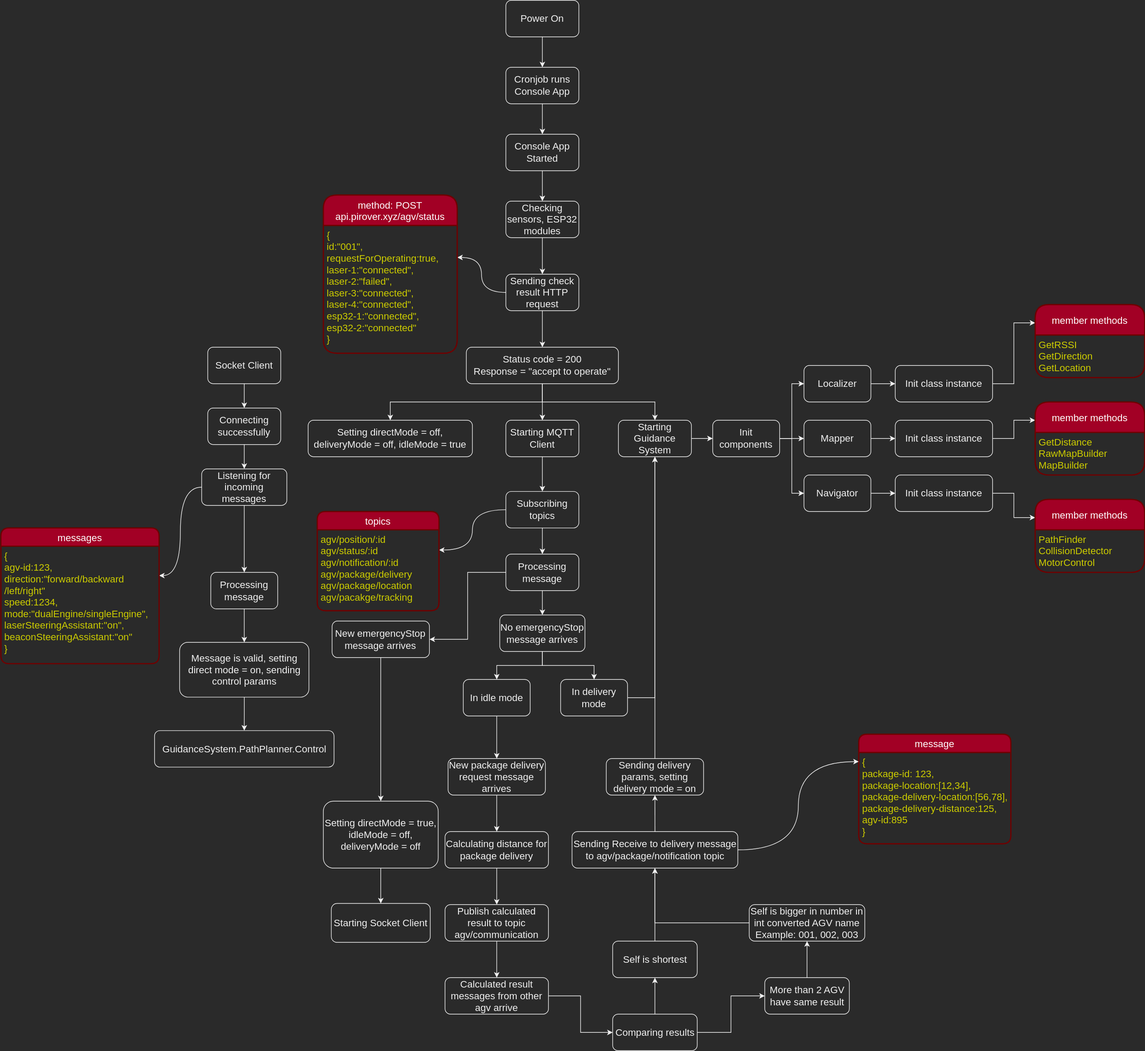
Earlier version of the draw.io export WorkFlows/AGV.svg (kirichain/AGV). Source tidied: cells renumbered, new cells last; positions are measured from the earlier drawing's top-left corner, leaving out a move shared by most shapes.
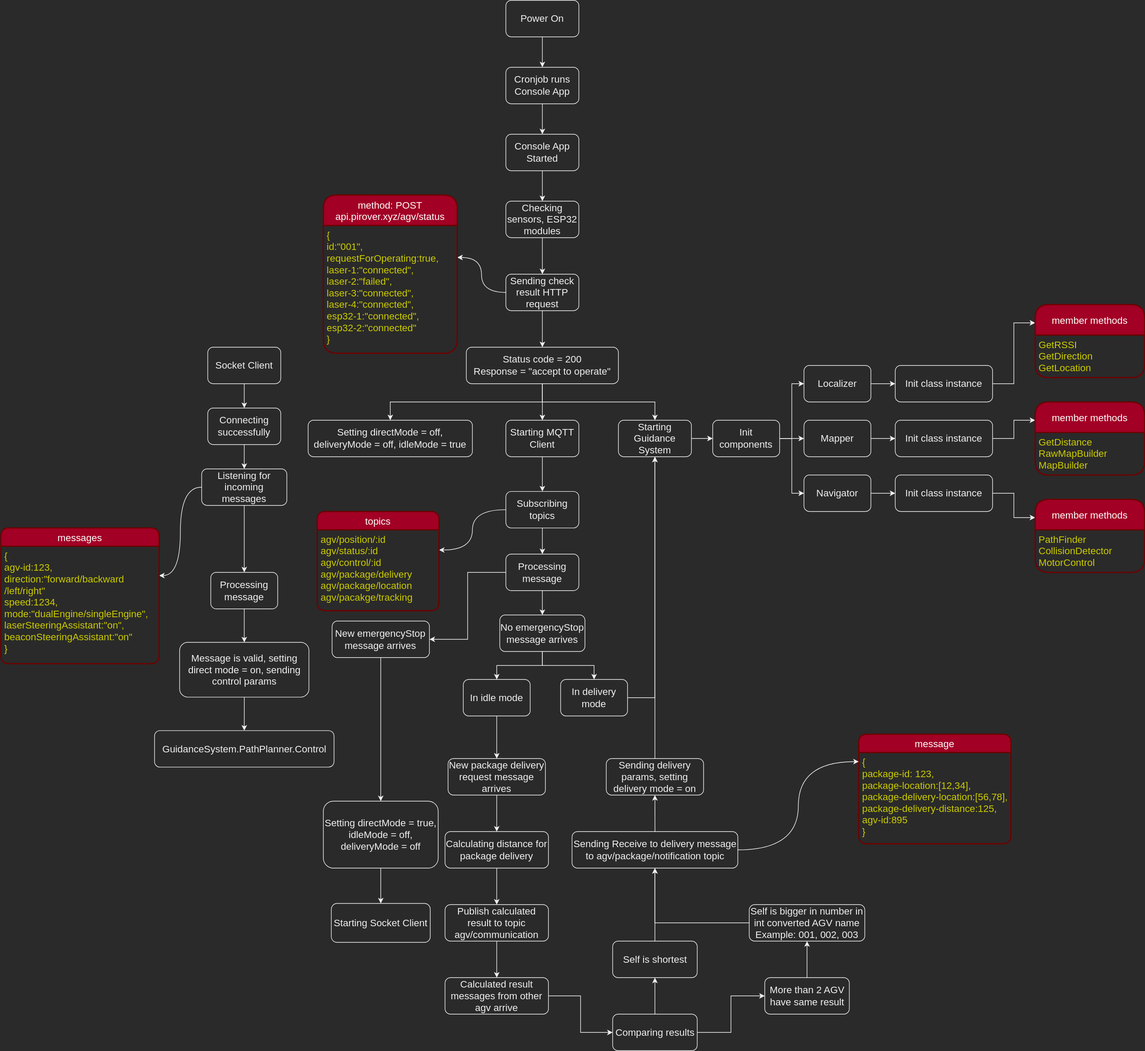
The same file after the commit.

What changed in the source:
```diff
@@ -83,7 +83,7 @@
     <mxCell id="28" value="topics" style="swimlane;horizontal=1;startSize=30;rounded=1;fontSize=16;fontStyle=0;strokeWidth=2;shadow=0;dashed=0;align=center;fillColor=#a20025;fontColor=#ffffff;strokeColor=#6F0000;" parent="1" vertex="1">
       <mxGeometry x="520" y="840" width="200" height="163" as="geometry" />
     </mxCell>
-    <mxCell id="29" value="agv/position/:id&#10;agv/status/:id&#10;agv/notification/:id&#10;agv/package/delivery&#10;agv/package/location&#10;agv/pacakge/tracking" style="align=left;strokeColor=none;fillColor=none;spacingLeft=4;fontSize=16;verticalAlign=top;fontColor=#CCCC00;" parent="28" vertex="1">
+    <mxCell id="29" value="agv/position/:id&#10;agv/status/:id&#10;agv/control/:id&#10;agv/package/delivery&#10;agv/package/location&#10;agv/pacakge/tracking" style="align=left;strokeColor=none;fillColor=none;spacingLeft=4;fontSize=16;verticalAlign=top;fontColor=#CCCC00;" parent="28" vertex="1">
       <mxGeometry y="30" width="200" height="133" as="geometry" />
     </mxCell>
     <mxCell id="30" style="edgeStyle=orthogonalEdgeStyle;curved=1;rounded=0;orthogonalLoop=1;jettySize=auto;html=1;exitX=0.5;exitY=1;exitDx=0;exitDy=0;fontSize=16;" parent="28" edge="1" source="29" target="29">
```
